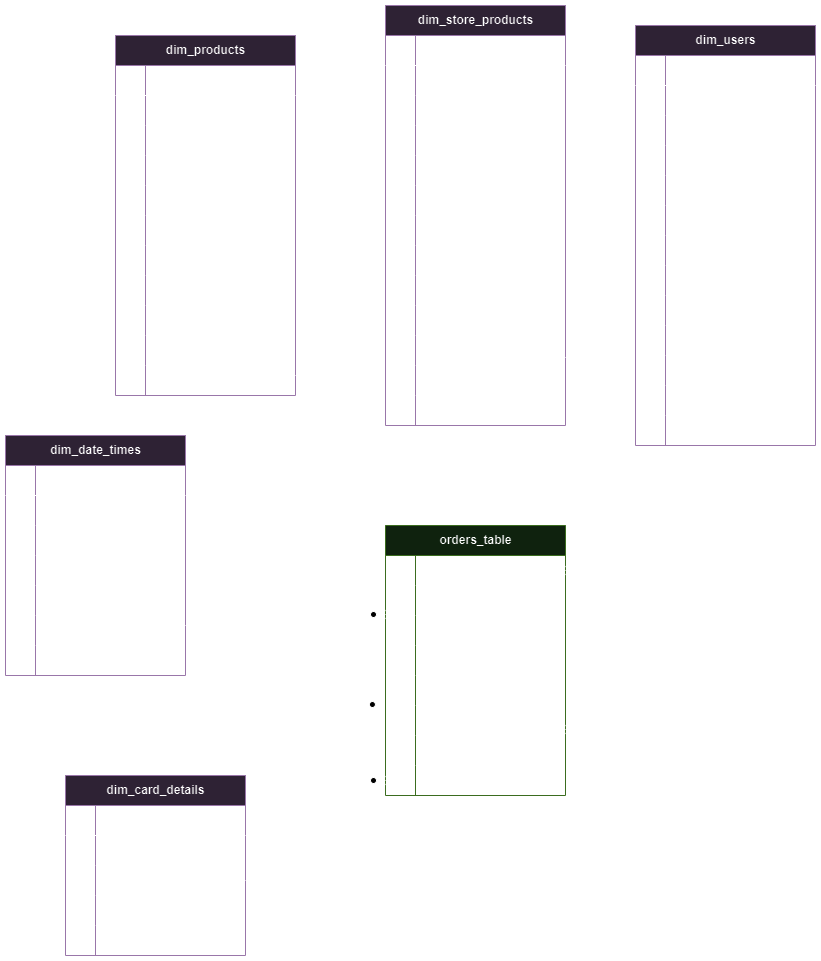
The draw.io diagram Sales_data_ERD.png in amysw13/multinational-retail-data-centralisation, before a commit. Source tidied: cells renumbered, new cells last; positions are measured from the earlier drawing's top-left corner, leaving out a move shared by most shapes.
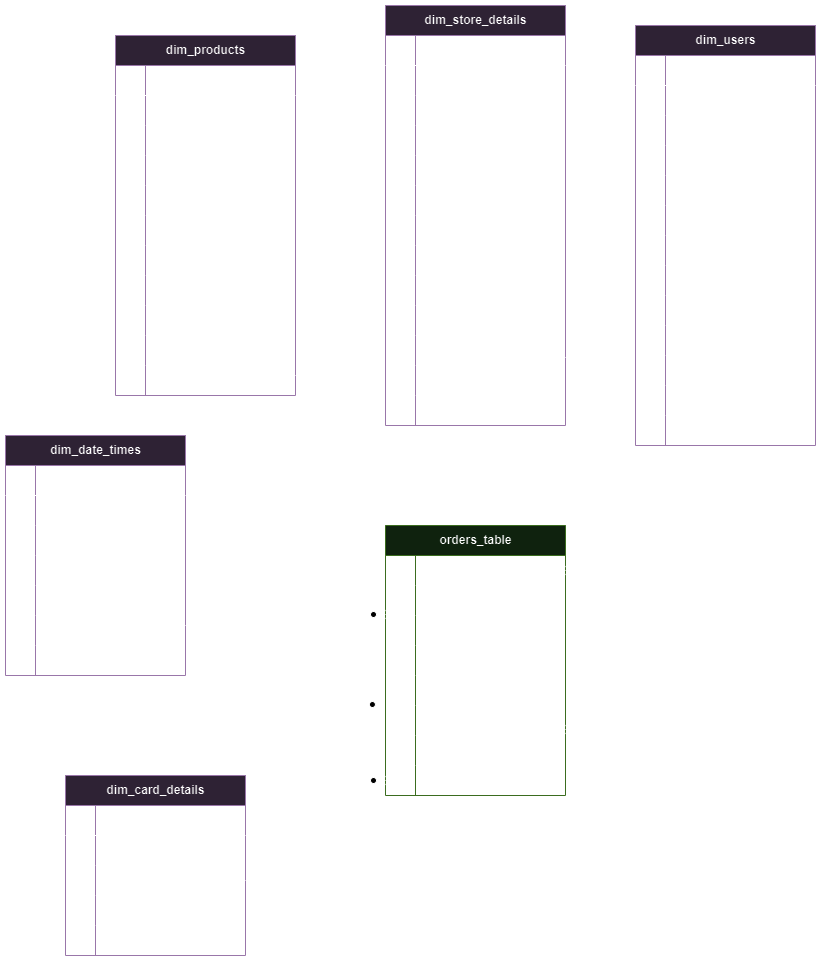
Later version of the same file.

Change to the diagram source:
```diff
@@ -116,7 +116,7 @@
     <mxCell id="39" value="time_period" style="shape=partialRectangle;fillColor=none;top=0;left=0;bottom=0;right=0;align=left;spacingLeft=6;overflow=hidden;" parent="37" vertex="1">
       <mxGeometry x="30" width="150" height="30" as="geometry" />
     </mxCell>
-    <mxCell id="40" value="dim_store_products" style="shape=table;startSize=30;rowLines=0;fontStyle=1;align=center;html=1;fillColor=#e1d5e7;strokeColor=#9673a6;" parent="1" vertex="1">
+    <mxCell id="40" value="dim_store_details" style="shape=table;startSize=30;rowLines=0;fontStyle=1;align=center;html=1;fillColor=#e1d5e7;strokeColor=#9673a6;" parent="1" vertex="1">
       <mxGeometry x="380" width="180" height="420" as="geometry" />
     </mxCell>
     <mxCell id="41" style="shape=tableRow;horizontal=0;startSize=0;swimlaneHead=0;swimlaneBody=0;fillColor=none;top=0;left=0;right=0;bottom=1;" parent="40" vertex="1">
```
